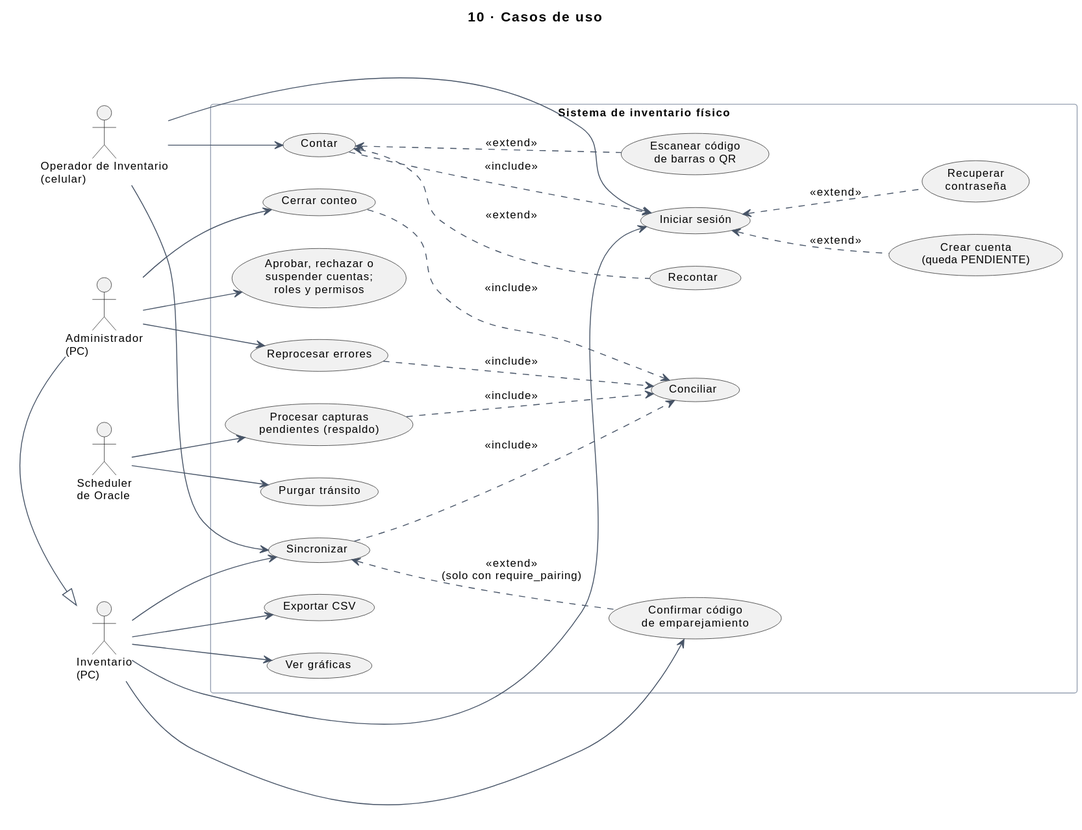
sebas-archive/kardex-bt keeps this PlantUML diagram as docs/img/uml/10-casos-de-uso.svg. Above is the earlier version.
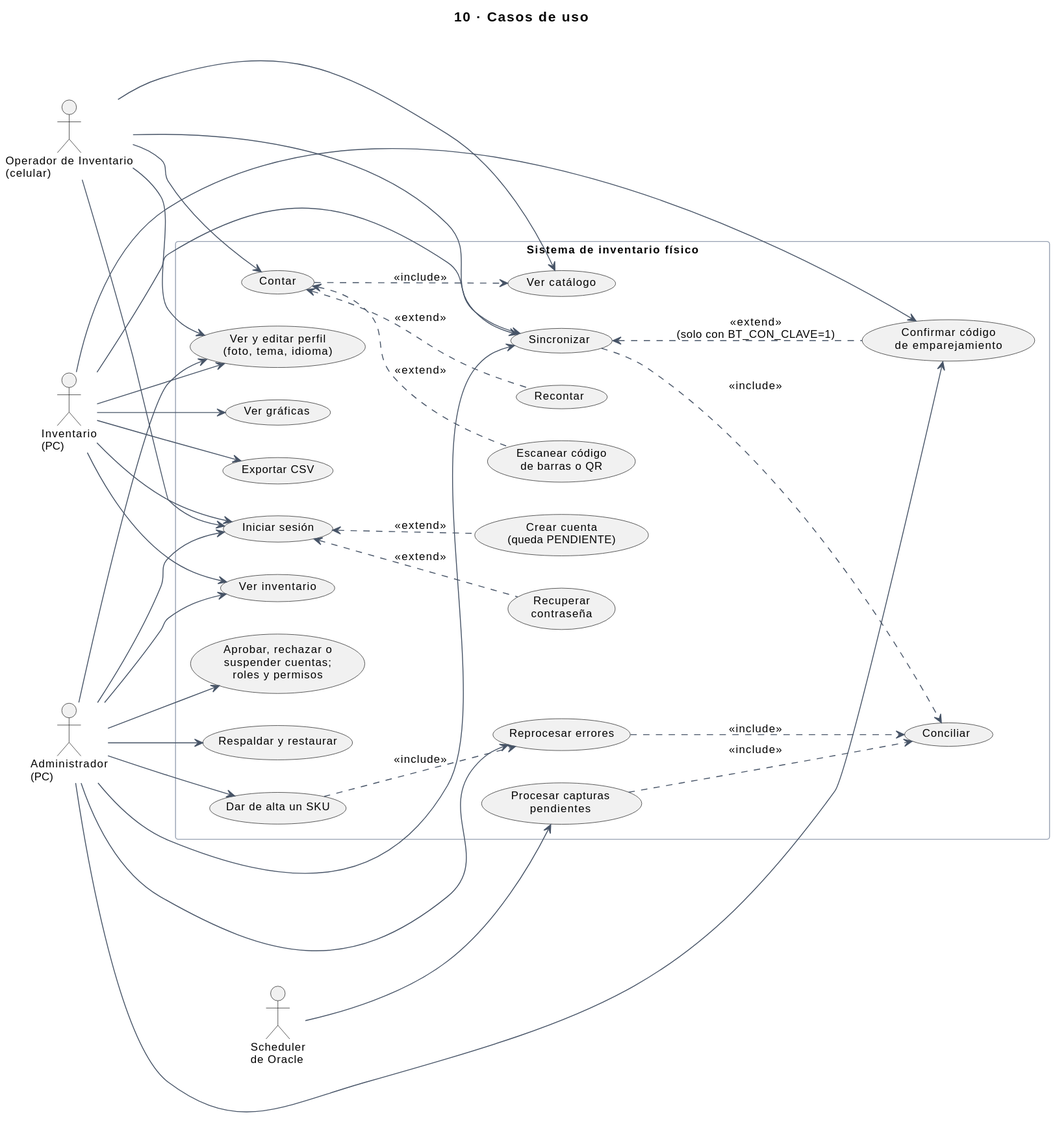
Later version of the same file.

The edit, as a diff of the source:
```diff
@@ -6,50 +6,61 @@
 actor "Operador de Inventario\n(celular)" as op
 actor "Inventario\n(PC)" as inv
 actor "Administrador\n(PC)" as adm
-adm -|> inv
 actor "Scheduler\nde Oracle" as sch
 
 rectangle "Sistema de inventario físico" {
   usecase "Iniciar sesión" as entrar
   usecase "Crear cuenta\n(queda PENDIENTE)" as registrar
   usecase "Recuperar\ncontraseña" as recuperar
+  usecase "Ver y editar perfil\n(foto, tema, idioma)" as perfil
+  usecase "Ver catálogo" as catalogo
   usecase "Contar" as contar
   usecase "Escanear código\nde barras o QR" as escanear
   usecase "Recontar" as recontar
   usecase "Sincronizar" as sincronizar
   usecase "Confirmar código\nde emparejamiento" as codigo
   usecase "Conciliar" as conciliar
+  usecase "Ver inventario" as inventario
   usecase "Ver gráficas" as graficas
-  usecase "Cerrar conteo" as cerrar
+  usecase "Exportar CSV" as csv
   usecase "Reprocesar errores" as reprocesar
-  usecase "Exportar CSV" as csv
-  usecase "Purgar tránsito" as purgar
-  usecase "Aprobar, rechazar o\nsuspender cuentas;\nroles y permisos" as usuarios
-  usecase "Procesar capturas\npendientes (respaldo)" as procesar
+  usecase "Dar de alta un SKU" as alta
+  usecase "Aprobar, rechazar o\nsuspender cuentas;\nroles y permisos" as cuentas
+  usecase "Respaldar y restaurar" as respaldos
+  usecase "Procesar capturas\npendientes" as procesar
 }
 
 op --> entrar
+op --> catalogo
 op --> contar
 op --> sincronizar
-inv --> sincronizar
+op --> perfil
+inv --> entrar
+inv --> inventario
 inv --> graficas
 inv --> csv
-adm --> cerrar
+inv --> sincronizar
+inv --> perfil
+inv --> codigo
+adm --> entrar
+adm --> inventario
+adm --> sincronizar
+adm --> codigo
+adm --> perfil
+adm --> cuentas
 adm --> reprocesar
-adm --> usuarios
-inv --> entrar
-inv --> codigo
+adm --> alta
+adm --> respaldos
 sch --> procesar
-sch --> purgar
 
 entrar <.. registrar : <<extend>>
 entrar <.. recuperar : <<extend>>
-contar ..> entrar : <<include>>
+contar ..> catalogo : <<include>>
 contar <.. escanear : <<extend>>
 contar <.. recontar : <<extend>>
-sincronizar <.. codigo : <<extend>>\n(solo con require_pairing)
+sincronizar <.. codigo : <<extend>>\n(solo con BT_CON_CLAVE=1)
 sincronizar ..> conciliar : <<include>>
-cerrar ..> conciliar : <<include>>
 reprocesar ..> conciliar : <<include>>
+alta ..> reprocesar : <<include>>
 procesar ..> conciliar : <<include>>
 @enduml
```
